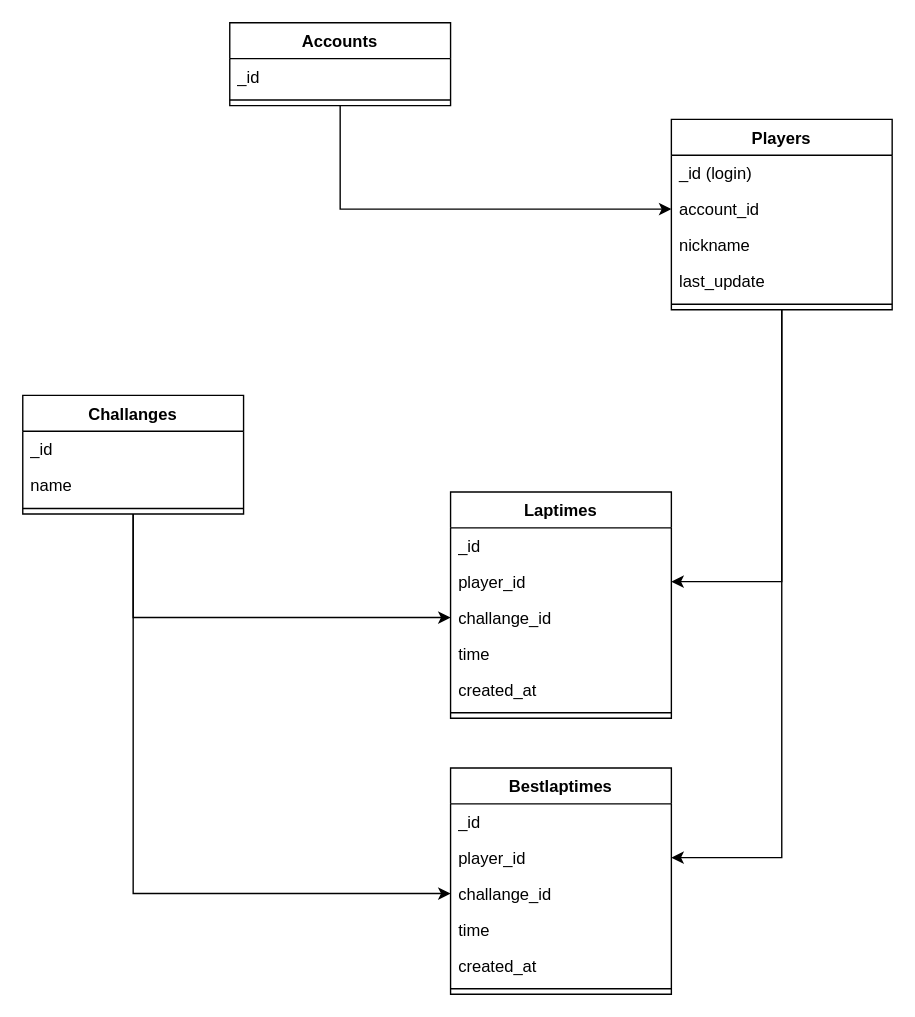
Earlier version of the draw.io diagram db_layout.drawio (nils-ost/TMNF-TimeAttackServer). Source tidied: cells renumbered, new cells numbered last; positions are measured from the earlier drawing's top-left corner, leaving out a move shared by most shapes. Both pictures are drawn from the tidied source at 138%, with x=0, y=0 at pixel (22, 22).
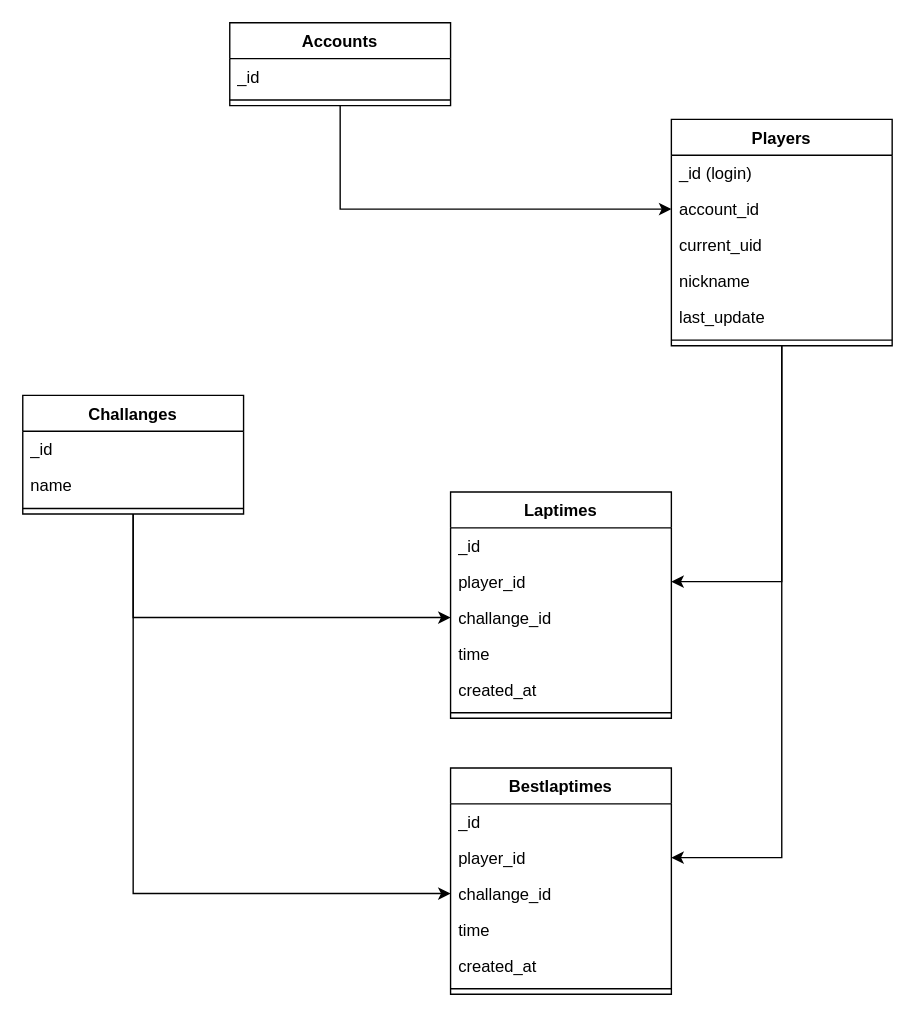
The same diagram, later.

Diff of the diagram source:
```diff
@@
     <mxCell id="8" value="Players" style="swimlane;fontStyle=1;align=center;verticalAlign=top;horizontal=1;startSize=26;" parent="1" vertex="1">
-      <mxGeometry x="470" y="70" width="160" height="138" as="geometry" />
+      <mxGeometry x="470" y="70" width="160" height="164" as="geometry" />
     </mxCell>
@@
+    <mxCell id="34" value="current_uid" style="text;strokeColor=none;fillColor=none;align=left;verticalAlign=top;spacingLeft=4;spacingRight=4;overflow=hidden;" parent="8" vertex="1">
+      <mxGeometry y="78" width="160" height="26" as="geometry" />
+    </mxCell>
     <mxCell id="11" value="nickname" style="text;strokeColor=none;fillColor=none;align=left;verticalAlign=top;spacingLeft=4;spacingRight=4;overflow=hidden;" parent="8" vertex="1">
-      <mxGeometry y="78" width="160" height="26" as="geometry" />
+      <mxGeometry y="104" width="160" height="26" as="geometry" />
     </mxCell>
     <mxCell id="12" value="last_update" style="text;strokeColor=none;fillColor=none;align=left;verticalAlign=top;spacingLeft=4;spacingRight=4;overflow=hidden;" parent="8" vertex="1">
-      <mxGeometry y="104" width="160" height="26" as="geometry" />
+      <mxGeometry y="130" width="160" height="26" as="geometry" />
     </mxCell>
     <mxCell id="13" style="line;strokeWidth=1;fillColor=none;align=left;verticalAlign=middle;spacingTop=-1;spacingLeft=3;spacingRight=3;labelPosition=right;" parent="8" vertex="1">
-      <mxGeometry y="130" width="160" height="8" as="geometry" />
+      <mxGeometry y="156" width="160" height="8" as="geometry" />
     </mxCell>
```
